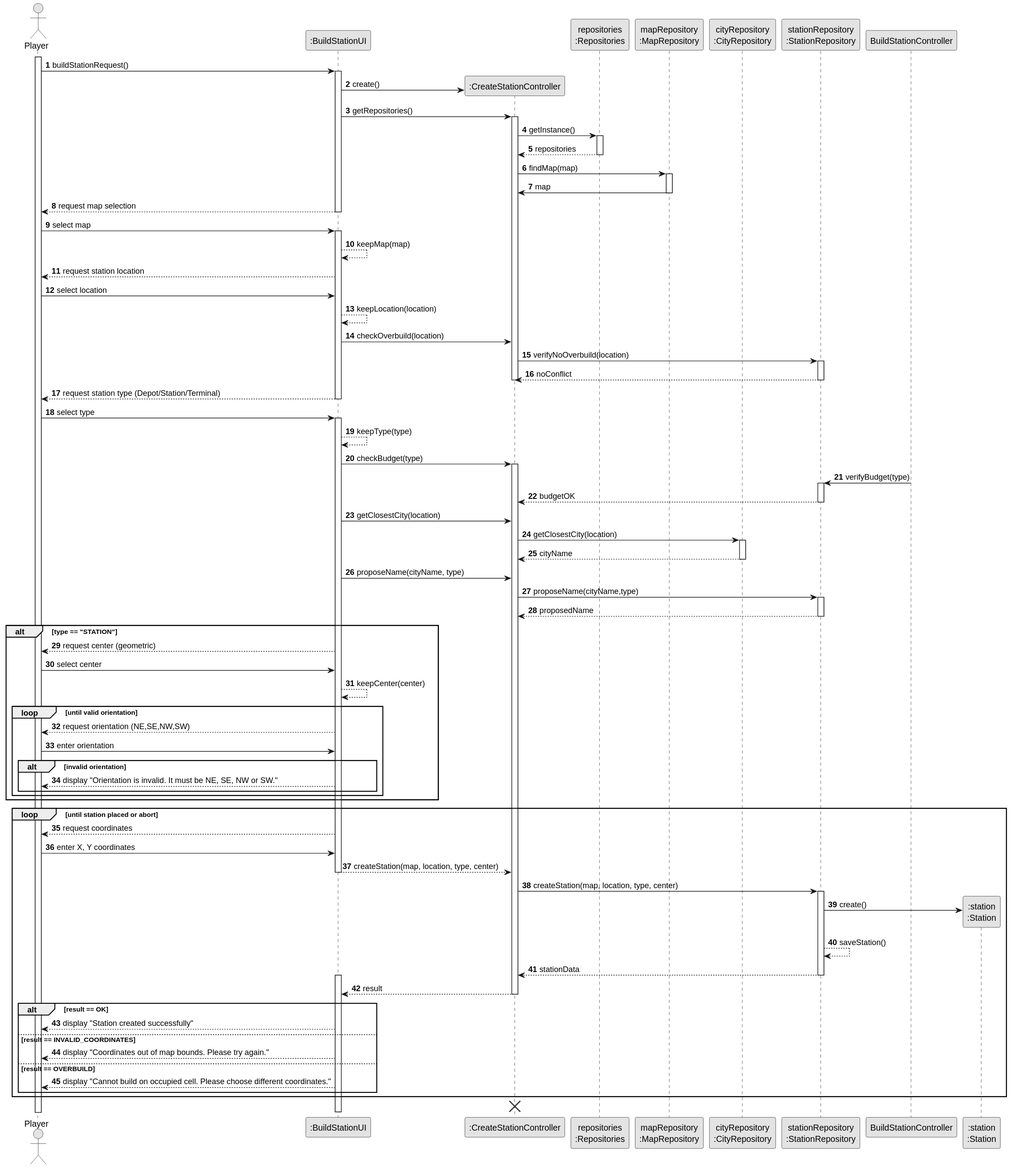
Above: docs/system-documentation/US005/03.design/svg/US005-SD.svg in goncalolopesp/sem2-pi-24.25-g093-repo (PlantUML), before the change.
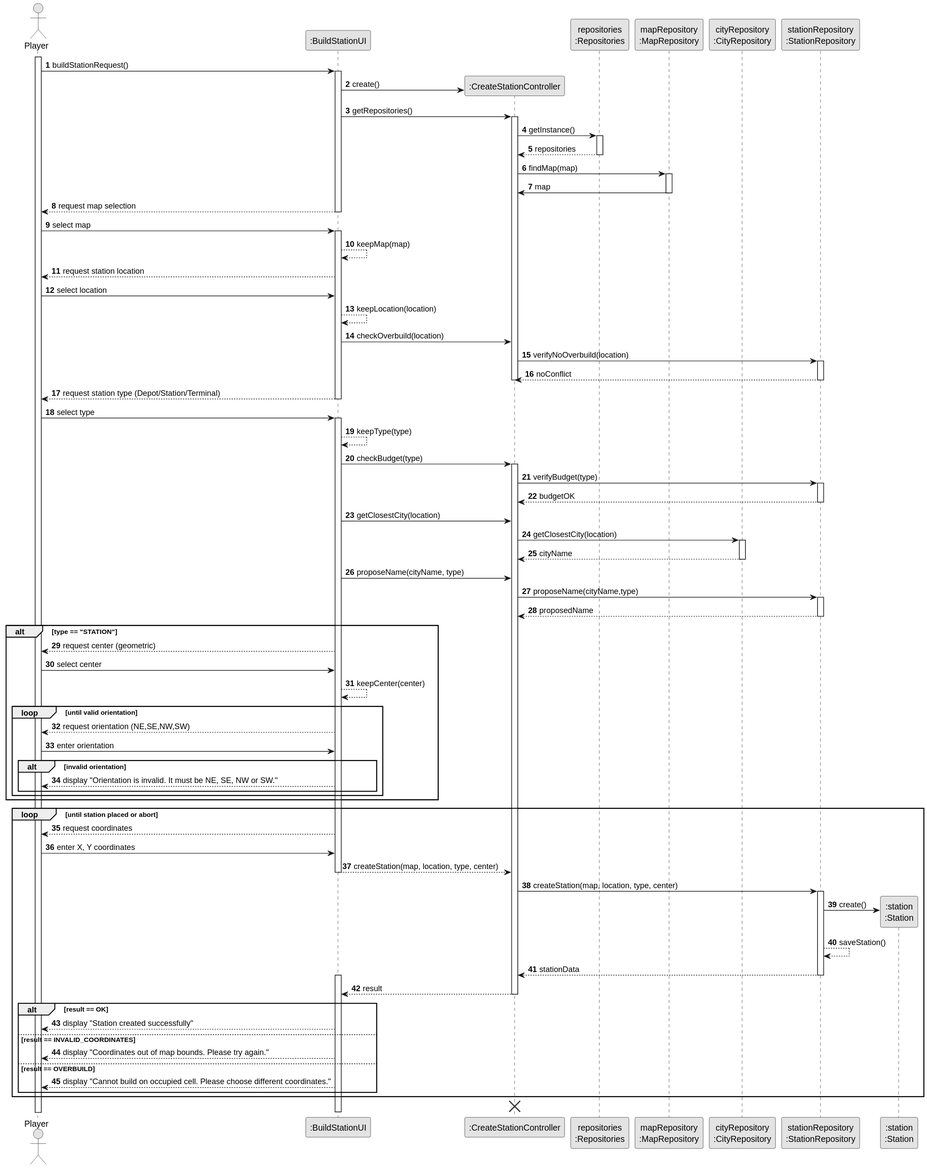
Later version of the same file.

Change to the diagram source:
```diff
@@ -57,7 +57,7 @@
 
 BuildStationUI -> CreateStationController : checkBudget(type)
 activate CreateStationController
-BuildStationController -> StationRepository : verifyBudget(type)
+CreateStationController -> StationRepository : verifyBudget(type)
 activate StationRepository
 StationRepository --> CreateStationController : budgetOK
 deactivate StationRepository
```
